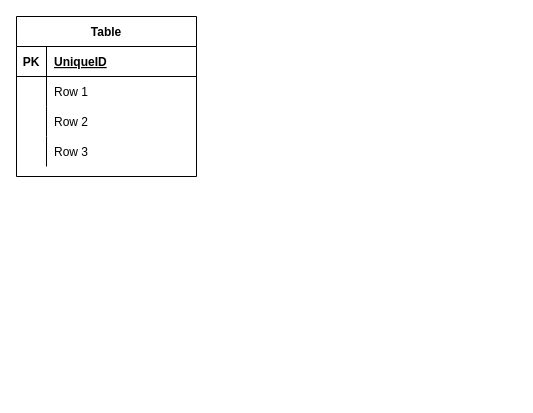
Before: furima_table.dio in kuuleon/furima-kagawa2021-passpo, a draw.io diagram. Source tidied: cells renumbered, new cells numbered last; positions are measured from the earlier drawing's top-left corner, leaving out a move shared by most shapes. Both pictures are drawn from the tidied source at 100%, with x=0, y=0 at pixel (16, 16).
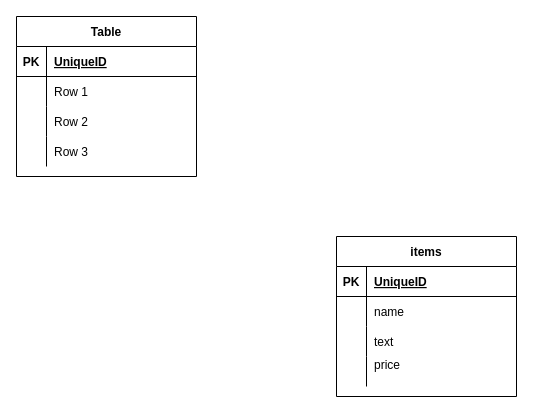
Above is the later version.

Commit message:
テストテーブル

The edit, as a diff of the source:
```diff
@@
+    <mxCell id="15" value="items" style="shape=table;startSize=30;childLayout=tableLayout;rowLines=0;fontStyle=1;align=center;" parent="1" vertex="1">
+      <mxGeometry x="320" y="220" width="180" height="160" as="geometry" />
+    </mxCell>
+    <mxCell id="16" style="shape=partialRectangle;fillColor=none;top=0;left=0;bottom=1;right=0;" parent="15" vertex="1">
+      <mxGeometry y="30" width="180" height="30" as="geometry" />
+    </mxCell>
+    <mxCell id="17" value="PK" style="shape=partialRectangle;fillColor=none;top=0;left=0;bottom=0;right=0;fontStyle=1;overflow=hidden;" parent="16" vertex="1">
+      <mxGeometry width="30" height="30" as="geometry" />
+    </mxCell>
+    <mxCell id="18" value="UniqueID" style="shape=partialRectangle;fillColor=none;top=0;left=0;bottom=0;right=0;align=left;spacingLeft=6;fontStyle=5;overflow=hidden;" parent="16" vertex="1">
+      <mxGeometry x="30" width="150" height="30" as="geometry" />
+    </mxCell>
+    <mxCell id="19" style="shape=partialRectangle;fillColor=none;top=0;left=0;bottom=0;right=0;" parent="15" vertex="1">
+      <mxGeometry y="60" width="180" height="30" as="geometry" />
+    </mxCell>
+    <mxCell id="20" style="shape=partialRectangle;fillColor=none;top=0;left=0;bottom=0;right=0;overflow=hidden;" parent="19" vertex="1">
+      <mxGeometry width="30" height="30" as="geometry" />
+    </mxCell>
+    <mxCell id="21" value="name" style="shape=partialRectangle;fillColor=none;top=0;left=0;bottom=0;right=0;align=left;spacingLeft=6;overflow=hidden;" parent="19" vertex="1">
+      <mxGeometry x="30" width="150" height="30" as="geometry" />
+    </mxCell>
+    <mxCell id="22" style="shape=partialRectangle;fillColor=none;top=0;left=0;bottom=0;right=0;" parent="15" vertex="1">
+      <mxGeometry y="90" width="180" height="30" as="geometry" />
+    </mxCell>
+    <mxCell id="23" style="shape=partialRectangle;fillColor=none;top=0;left=0;bottom=0;right=0;overflow=hidden;" parent="22" vertex="1">
+      <mxGeometry width="30" height="30" as="geometry" />
+    </mxCell>
+    <mxCell id="24" value="text" style="shape=partialRectangle;fillColor=none;top=0;left=0;bottom=0;right=0;align=left;spacingLeft=6;overflow=hidden;" parent="22" vertex="1">
+      <mxGeometry x="30" width="150" height="30" as="geometry" />
+    </mxCell>
+    <mxCell id="25" style="shape=partialRectangle;fillColor=none;top=0;left=0;bottom=0;right=0;" parent="15" vertex="1">
+      <mxGeometry y="120" width="180" height="30" as="geometry" />
+    </mxCell>
+    <mxCell id="26" style="shape=partialRectangle;fillColor=none;top=0;left=0;bottom=0;right=0;overflow=hidden;" parent="25" vertex="1">
+      <mxGeometry width="30" height="30" as="geometry" />
+    </mxCell>
+    <mxCell id="27" value="price&#10;" style="shape=partialRectangle;fillColor=none;top=0;left=0;bottom=0;right=0;align=left;spacingLeft=6;overflow=hidden;" parent="25" vertex="1">
+      <mxGeometry x="30" width="150" height="30" as="geometry" />
+    </mxCell>
```
